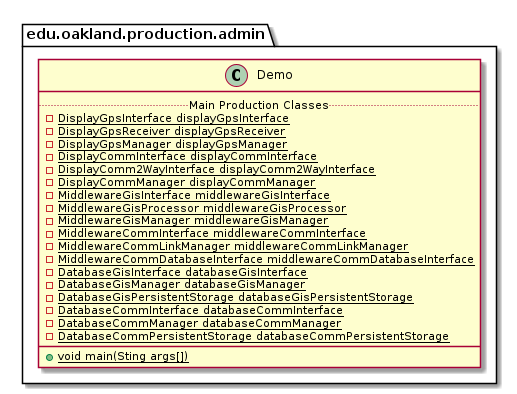
Above: docs/uml-class-diagrams/admin/production/Demo/Demo_DirectDependencies.png in andrewdimmer/csi-3370-software-project (PlantUML), before the change. Its diagram source:
```plantuml
@startuml Demo_DirectDependencies


package edu.oakland.production.admin {
    class Demo {
        .. Main Production Classes ..
        {static} - DisplayGpsInterface displayGpsInterface
        {static} - DisplayGpsReceiver displayGpsReceiver
        {static} - DisplayGpsManager displayGpsManager
        {static} - DisplayCommInterface displayCommInterface
        {static} - DisplayComm2WayInterface displayComm2WayInterface
        {static} - DisplayCommManager displayCommManager
        {static} - MiddlewareGisInterface middlewareGisInterface
        {static} - MiddlewareGisProcessor middlewareGisProcessor
        {static} - MiddlewareGisManager middlewareGisManager
        {static} - MiddlewareCommInterface middlewareCommInterface
        {static} - MiddlewareCommLinkManager middlewareCommLinkManager
        {static} - MiddlewareCommDatabaseInterface middlewareCommDatabaseInterface
        {static} - DatabaseGisInterface databaseGisInterface
        {static} - DatabaseGisManager databaseGisManager
        {static} - DatabaseGisPersistentStorage databaseGisPersistentStorage
        {static} - DatabaseCommInterface databaseCommInterface
        {static} - DatabaseCommManager databaseCommManager
        {static} - DatabaseCommPersistentStorage databaseCommPersistentStorage
        __
        {static} + void main(Sting args[])
    }
}






@enduml
```
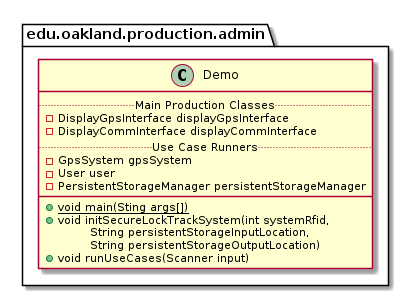
After the change.

The edit, as a diff of the source:
```diff
@@ -4,26 +4,18 @@
 package edu.oakland.production.admin {
     class Demo {
         .. Main Production Classes ..
-        {static} - DisplayGpsInterface displayGpsInterface
-        {static} - DisplayGpsReceiver displayGpsReceiver
-        {static} - DisplayGpsManager displayGpsManager
-        {static} - DisplayCommInterface displayCommInterface
-        {static} - DisplayComm2WayInterface displayComm2WayInterface
-        {static} - DisplayCommManager displayCommManager
-        {static} - MiddlewareGisInterface middlewareGisInterface
-        {static} - MiddlewareGisProcessor middlewareGisProcessor
-        {static} - MiddlewareGisManager middlewareGisManager
-        {static} - MiddlewareCommInterface middlewareCommInterface
-        {static} - MiddlewareCommLinkManager middlewareCommLinkManager
-        {static} - MiddlewareCommDatabaseInterface middlewareCommDatabaseInterface
-        {static} - DatabaseGisInterface databaseGisInterface
-        {static} - DatabaseGisManager databaseGisManager
-        {static} - DatabaseGisPersistentStorage databaseGisPersistentStorage
-        {static} - DatabaseCommInterface databaseCommInterface
-        {static} - DatabaseCommManager databaseCommManager
-        {static} - DatabaseCommPersistentStorage databaseCommPersistentStorage
+        - DisplayGpsInterface displayGpsInterface
+        - DisplayCommInterface displayCommInterface
+        .. Use Case Runners ..
+        - GpsSystem gpsSystem
+        - User user
+        - PersistentStorageManager persistentStorageManager
         __
         {static} + void main(Sting args[])
+        + void initSecureLockTrackSystem(int systemRfid,
+        \tString persistentStorageInputLocation,
+        \tString persistentStorageOutputLocation)
+        + void runUseCases(Scanner input)
     }
 }
 
```
